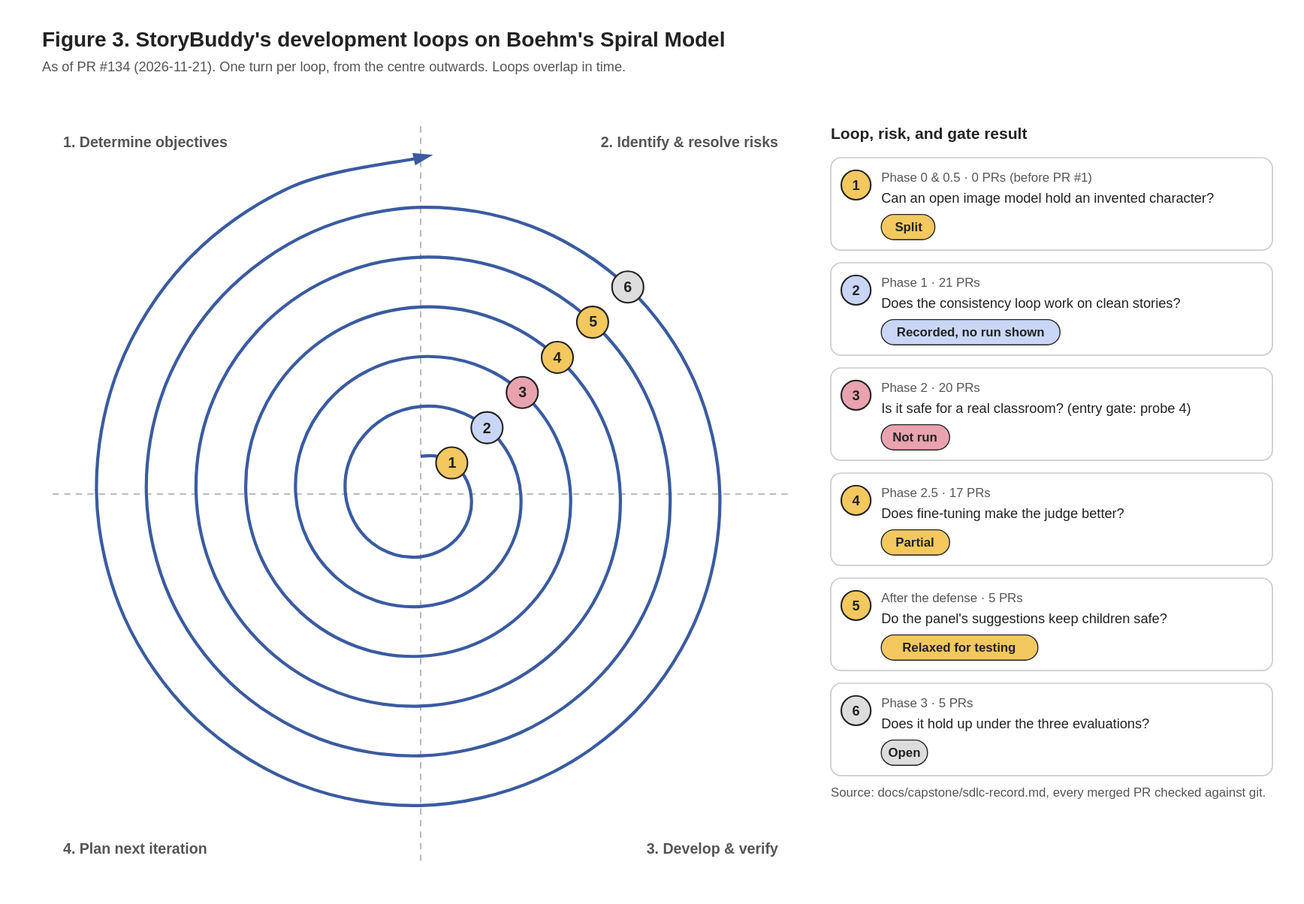
Earlier version of the draw.io export docs/diagrams/drawio/sdlc_spiral.drawio.svg (Hanseooo/story-buddy). Source tidied: cells renumbered, new cells last; positions are measured from the earlier drawing's top-left corner, leaving out a move shared by most shapes.
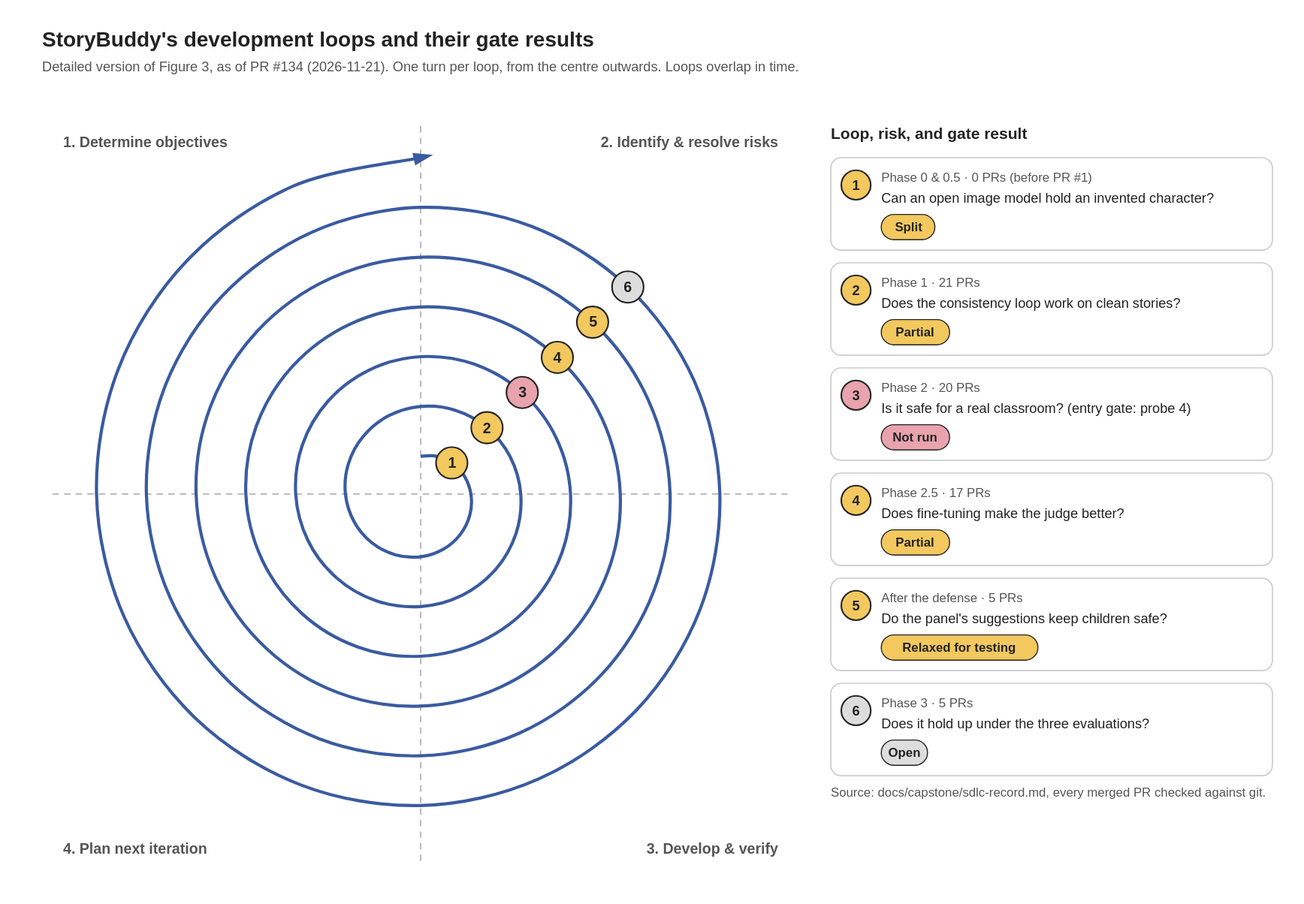
The same file after the commit.

Change to the diagram source:
```diff
@@ -2,7 +2,7 @@
   <root>
     <mxCell id="0" />
     <mxCell id="1" parent="0" />
-    <mxCell id="2" value="&lt;b&gt;Figure 3. StoryBuddy&amp;#x27;s development loops on Boehm&amp;#x27;s Spiral Model&lt;/b&gt;&lt;br&gt;As of PR #134 (2026-11-21). One turn per loop, from the centre outwards. Loops overlap in time." style="text;html=1;fontFamily=Helvetica;strokeColor=none;fillColor=none;whiteSpace=wrap;fontSize=14;align=left;verticalAlign=top;" parent="1" vertex="1">
+    <mxCell id="2" value="&lt;b&gt;StoryBuddy&amp;#x27;s development loops and their gate results&lt;/b&gt;&lt;br&gt;Detailed version of Figure 3, as of PR #134 (2026-11-21). One turn per loop, from the centre outwards. Loops overlap in time." style="text;html=1;fontFamily=Helvetica;strokeColor=none;fillColor=none;whiteSpace=wrap;fontSize=14;align=left;verticalAlign=top;" parent="1" vertex="1">
       <mxGeometry width="760" height="52" as="geometry" />
     </mxCell>
     <mxCell id="3" style="endArrow=none;dashed=1;strokeColor=#BBBBBB;strokeWidth=1.5;" parent="1" edge="1">
@@ -135,7 +135,7 @@
     <mxCell id="10" value="&lt;b&gt;1&lt;/b&gt;" style="ellipse;html=1;fontFamily=Helvetica;fontSize=14;fillColor=#F2C85F;strokeColor=#222222;strokeWidth=1.5;" parent="1" vertex="1">
       <mxGeometry x="375" y="401" width="30" height="30" as="geometry" />
     </mxCell>
-    <mxCell id="11" value="&lt;b&gt;2&lt;/b&gt;" style="ellipse;html=1;fontFamily=Helvetica;fontSize=14;fillColor=#C9D6F5;strokeColor=#222222;strokeWidth=1.5;" parent="1" vertex="1">
+    <mxCell id="11" value="&lt;b&gt;2&lt;/b&gt;" style="ellipse;html=1;fontFamily=Helvetica;fontSize=14;fillColor=#F2C85F;strokeColor=#222222;strokeWidth=1.5;" parent="1" vertex="1">
       <mxGeometry x="408" y="368" width="30" height="30" as="geometry" />
     </mxCell>
     <mxCell id="12" value="&lt;b&gt;3&lt;/b&gt;" style="ellipse;html=1;fontFamily=Helvetica;fontSize=14;fillColor=#E8A3AE;strokeColor=#222222;strokeWidth=1.5;" parent="1" vertex="1">
@@ -156,7 +156,7 @@
     <mxCell id="17" value="&lt;b&gt;1&lt;/b&gt; &amp;nbsp;&lt;font color=&quot;#555555&quot;&gt;Phase 0 &amp;amp; 0.5 · 0 PRs (before PR #1)&lt;/font&gt;&lt;br&gt;Can an open image model hold an invented character?&lt;br&gt;&lt;b&gt;Gate: Split&lt;/b&gt;" style="rounded=1;arcSize=10;html=1;whiteSpace=wrap;fontFamily=Helvetica;fontSize=13;align=left;verticalAlign=top;spacingLeft=10;spacingTop=6;fillColor=#FFFFFF;strokeColor=#CCCCCC;" parent="1" vertex="1">
       <mxGeometry x="750" y="126" width="420" height="88" as="geometry" />
     </mxCell>
-    <mxCell id="18" value="&lt;b&gt;2&lt;/b&gt; &amp;nbsp;&lt;font color=&quot;#555555&quot;&gt;Phase 1 · 21 PRs&lt;/font&gt;&lt;br&gt;Does the consistency loop work on clean stories?&lt;br&gt;&lt;b&gt;Gate: Recorded, no run shown&lt;/b&gt;" style="rounded=1;arcSize=10;html=1;whiteSpace=wrap;fontFamily=Helvetica;fontSize=13;align=left;verticalAlign=top;spacingLeft=10;spacingTop=6;fillColor=#FFFFFF;strokeColor=#CCCCCC;" parent="1" vertex="1">
+    <mxCell id="18" value="&lt;b&gt;2&lt;/b&gt; &amp;nbsp;&lt;font color=&quot;#555555&quot;&gt;Phase 1 · 21 PRs&lt;/font&gt;&lt;br&gt;Does the consistency loop work on clean stories?&lt;br&gt;&lt;b&gt;Gate: Partial&lt;/b&gt;" style="rounded=1;arcSize=10;html=1;whiteSpace=wrap;fontFamily=Helvetica;fontSize=13;align=left;verticalAlign=top;spacingLeft=10;spacingTop=6;fillColor=#FFFFFF;strokeColor=#CCCCCC;" parent="1" vertex="1">
       <mxGeometry x="750" y="226" width="420" height="88" as="geometry" />
     </mxCell>
     <mxCell id="19" value="&lt;b&gt;3&lt;/b&gt; &amp;nbsp;&lt;font color=&quot;#555555&quot;&gt;Phase 2 · 20 PRs&lt;/font&gt;&lt;br&gt;Is it safe for a real classroom? (entry gate: probe 4)&lt;br&gt;&lt;b&gt;Gate: Not run&lt;/b&gt;" style="rounded=1;arcSize=10;html=1;whiteSpace=wrap;fontFamily=Helvetica;fontSize=13;align=left;verticalAlign=top;spacingLeft=10;spacingTop=6;fillColor=#FFFFFF;strokeColor=#CCCCCC;" parent="1" vertex="1">
```
